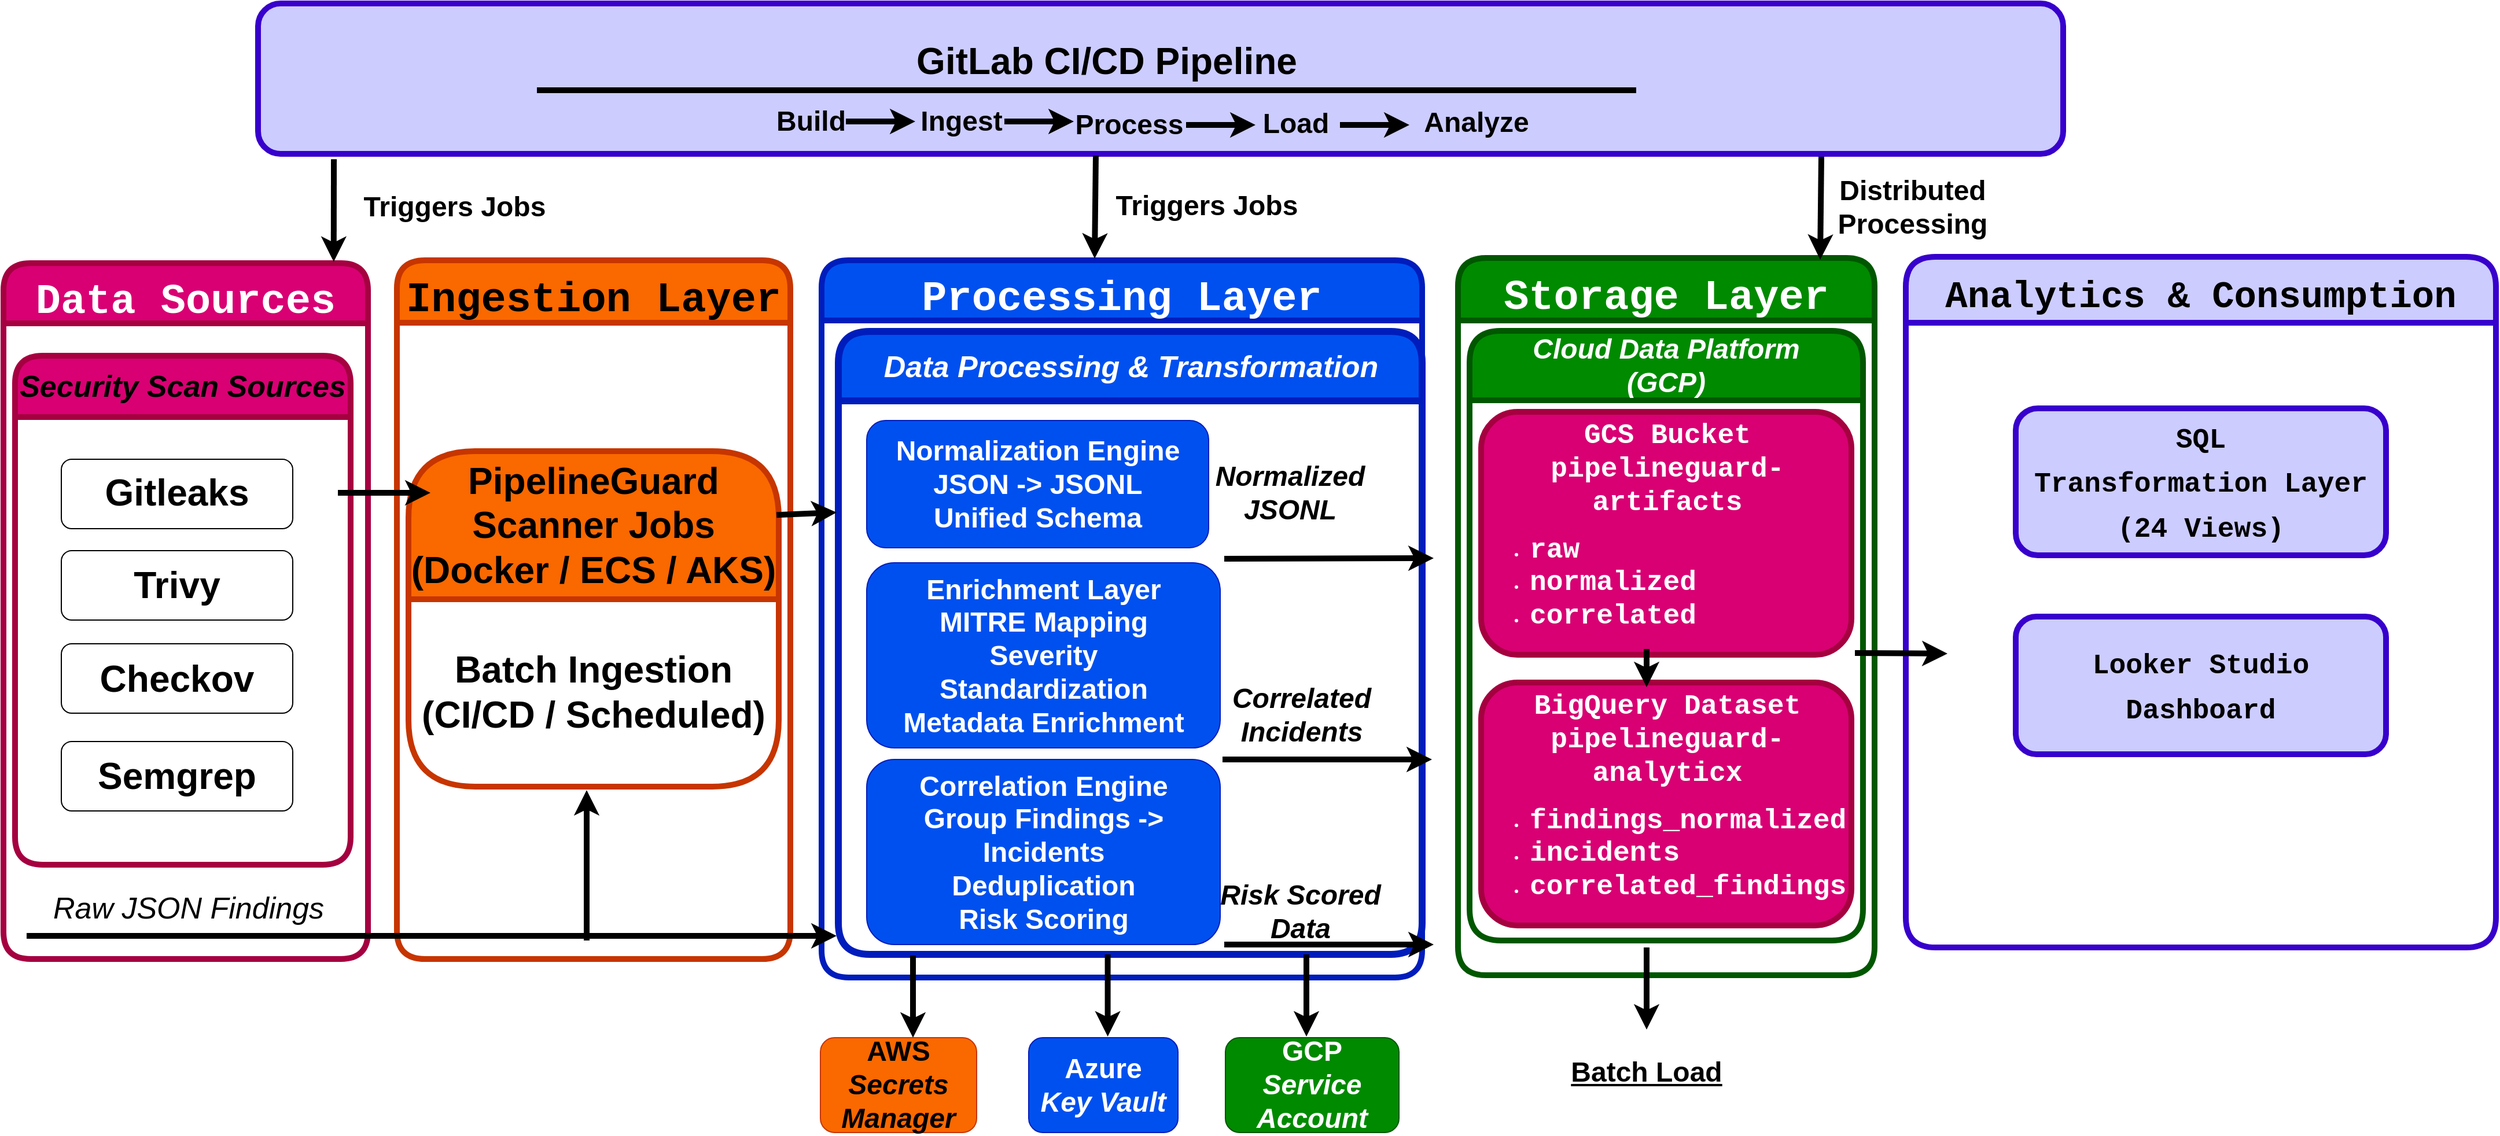
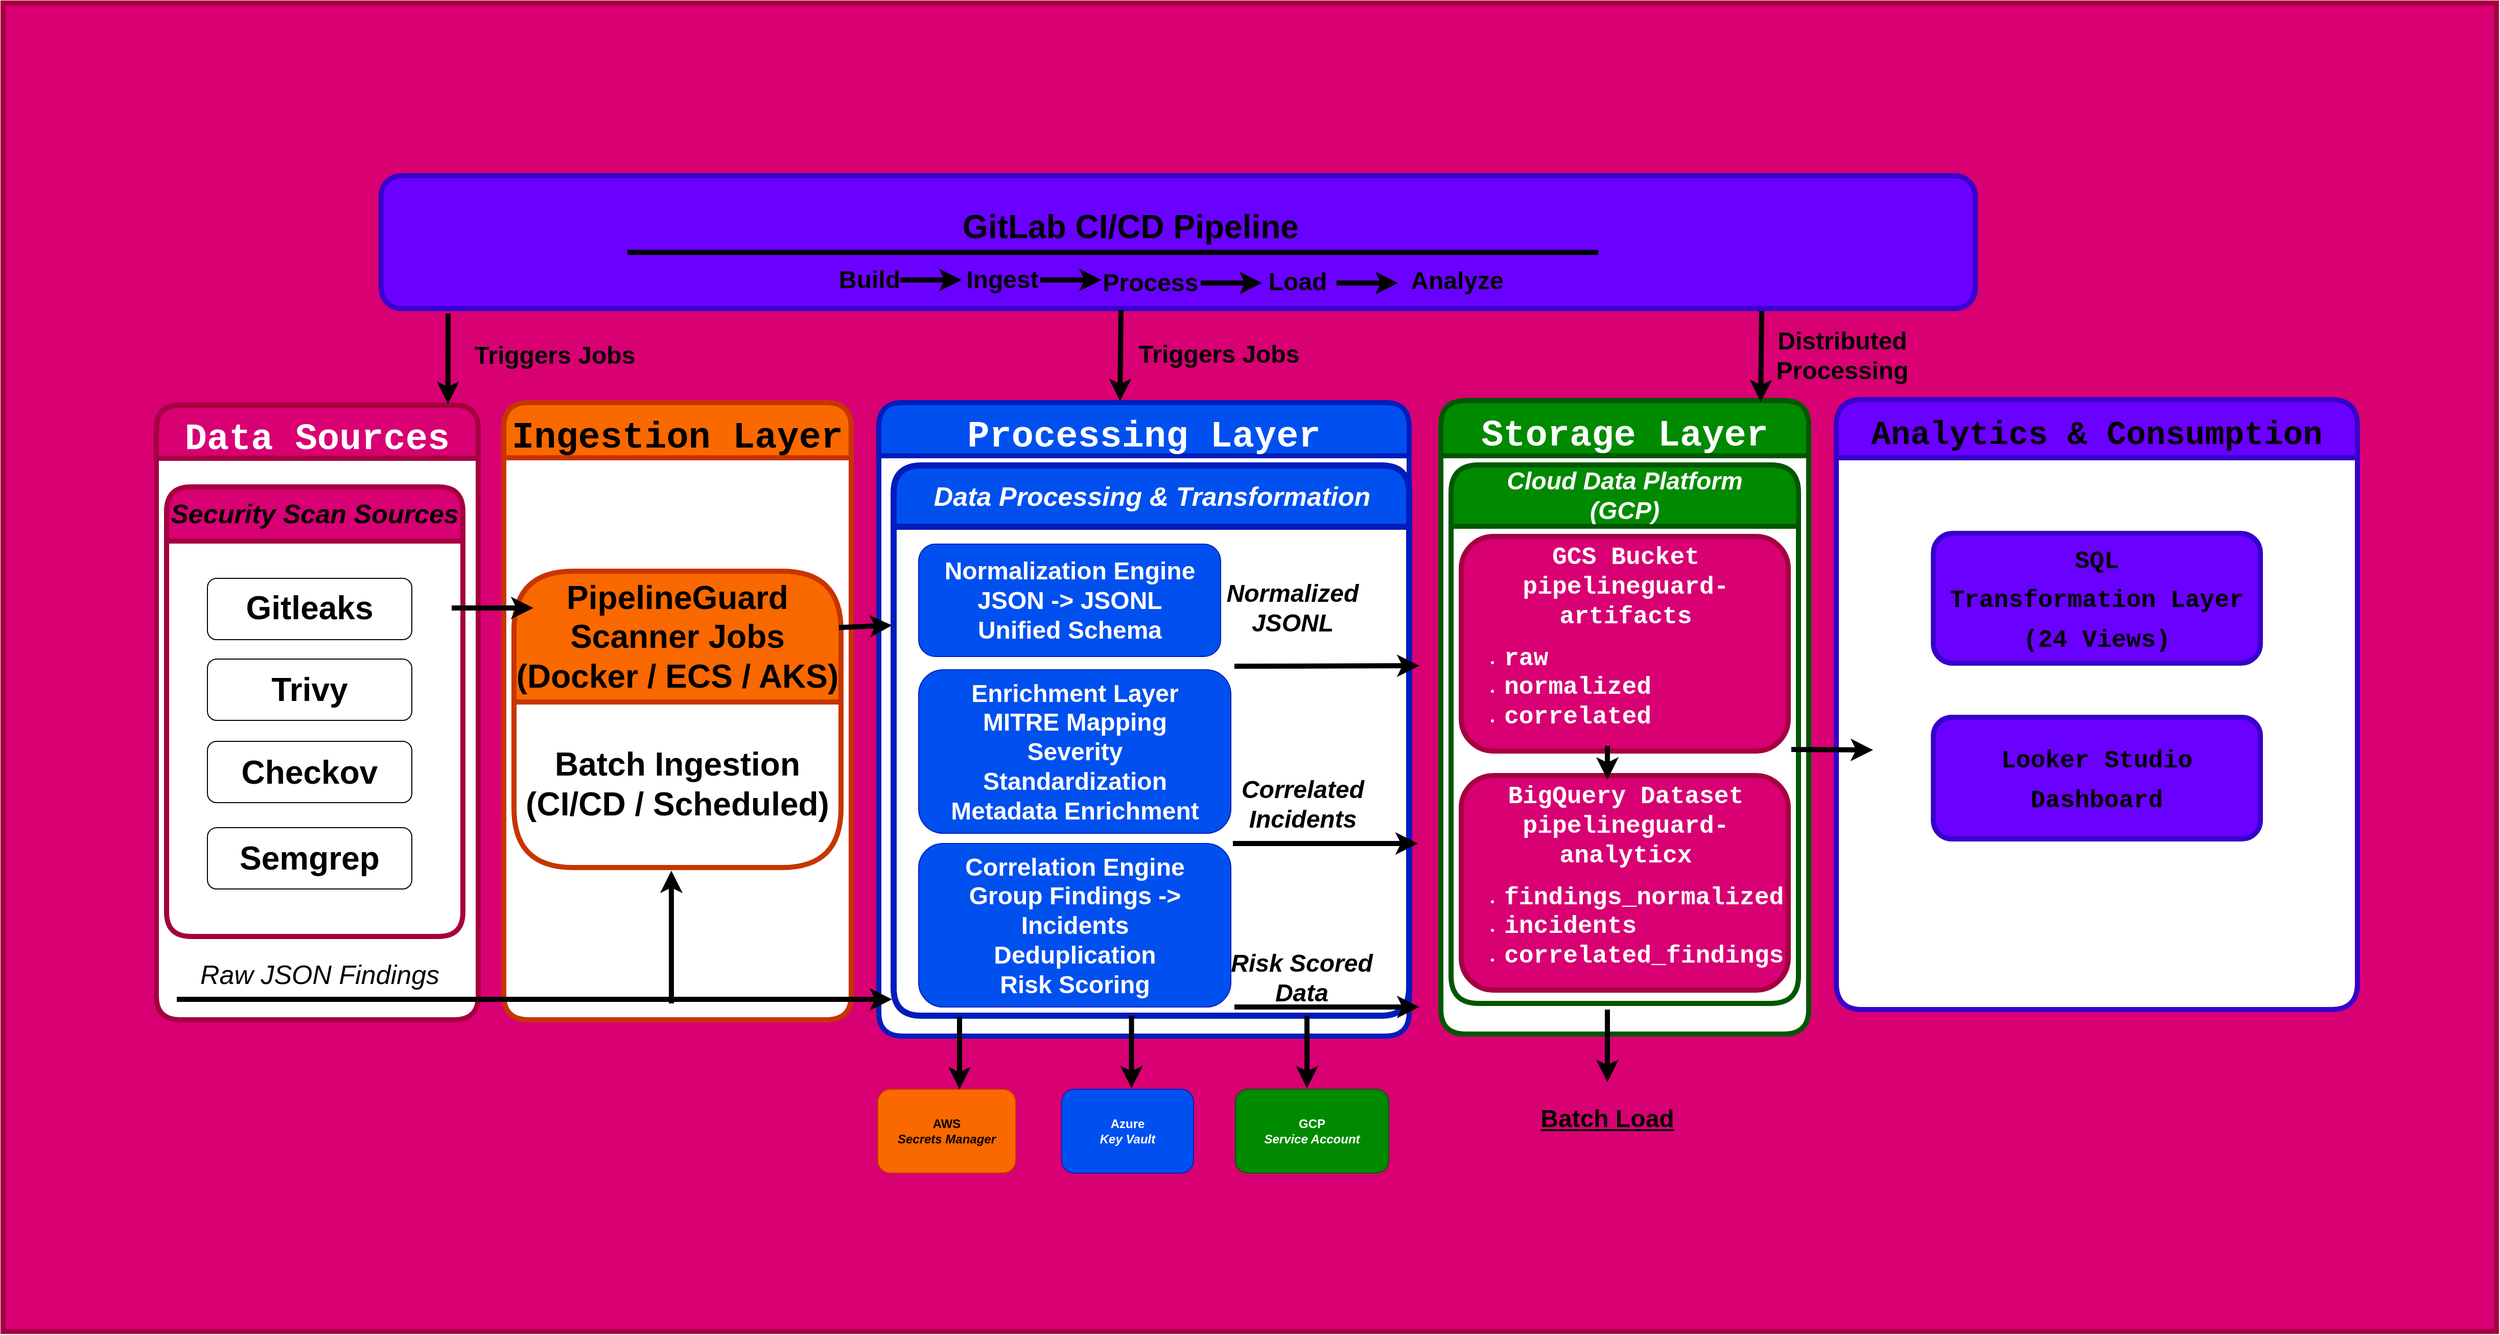
<mxfile host="app.diagrams.net">
  <diagram name="Page-1" id="wnvbU-IIBA4X3ERRIzDW">
-     <mxGraphModel dx="2712" dy="798" grid="0" gridSize="10" guides="1" tooltips="1" connect="1" arrows="1" fold="1" page="0" pageScale="1" pageWidth="1100" pageHeight="850" background="none" math="0" shadow="0">
+     <mxGraphModel dx="3803" dy="1230" grid="1" gridSize="10" guides="1" tooltips="1" connect="1" arrows="1" fold="1" page="1" pageScale="1" pageWidth="1100" pageHeight="850" math="0" shadow="0">
      <root>
        <mxCell id="3hbKWXpWb3xlno1mbGmc-0" />
        <mxCell id="3hbKWXpWb3xlno1mbGmc-1" parent="3hbKWXpWb3xlno1mbGmc-0" />
-         <mxCell id="ZwPo4dMBsSLs8uQqx6gn-26" parent="3hbKWXpWb3xlno1mbGmc-1" style="rounded=1;whiteSpace=wrap;html=1;fillColor=light-dark(#CCCCFF,#9933FF);fontColor=default;strokeColor=#3700CC;align=center;verticalAlign=middle;fontFamily=Courier New;fontSize=32;fontStyle=1;strokeWidth=5;" value="" vertex="1">
+         <mxCell id="MmhoqoZHI4b3_u_L-0jk-90" parent="3hbKWXpWb3xlno1mbGmc-1" style="rounded=0;whiteSpace=wrap;html=1;glass=0;strokeColor=light-dark(#A50040, #bf4040);strokeWidth=5;align=center;verticalAlign=middle;fontFamily=Courier New;fontSize=36;fontColor=light-dark(#FFFFFF,#FFFFFF);fontStyle=1;fillColor=light-dark(#D80073, #deddda);gradientColor=none;" value="" vertex="1">
+           <mxGeometry height="1300" width="2440" x="-400" y="1000" as="geometry" />
+         </mxCell>
+         <mxCell id="ZwPo4dMBsSLs8uQqx6gn-26" parent="3hbKWXpWb3xlno1mbGmc-1" style="rounded=1;whiteSpace=wrap;html=1;fillColor=light-dark(#6A00FF,#9933FF);fontColor=default;strokeColor=#3700CC;align=center;verticalAlign=middle;fontFamily=Courier New;fontSize=32;fontStyle=1;strokeWidth=5;" value="" vertex="1">
          <mxGeometry height="130" width="1560" x="-30" y="1169" as="geometry" />
        </mxCell>
        <mxCell id="MmhoqoZHI4b3_u_L-0jk-2" parent="3hbKWXpWb3xlno1mbGmc-1" style="swimlane;fontSize=36;startSize=52;fontFamily=Courier New;fillColor=light-dark(#D80073,#FF6666);fontColor=light-dark(#FFFFFF,#FFFFFF);strokeColor=light-dark(#A50040, #bf4040);gradientColor=none;strokeWidth=5;rounded=1;strokeOpacity=100;glass=0;swimlaneLine=1;swimlaneFillColor=light-dark(#FFFFFF,#FFDBF7);" value="Data Sources" vertex="1">
          <mxGeometry height="601.5" width="315" x="-250" y="1393.5" as="geometry" />
        </mxCell>
        <mxCell id="ZwPo4dMBsSLs8uQqx6gn-16" parent="MmhoqoZHI4b3_u_L-0jk-2" style="swimlane;whiteSpace=wrap;html=1;startSize=53;fillColor=light-dark(#D80073,#FF6666);fontColor=#ffffff;strokeColor=light-dark(#A50040, #bf4040);strokeWidth=5;rounded=1;" value="&lt;b&gt;&lt;i style=&quot;color: light-dark(rgb(0, 0, 0), rgb(255, 255, 255));&quot;&gt;&lt;font style=&quot;font-size: 26px;&quot;&gt;Security Scan Sources&lt;/font&gt;&lt;/i&gt;&lt;/b&gt;" vertex="1">
          <mxGeometry height="440" width="290" x="10" y="80" as="geometry" />
        </mxCell>
        <mxCell id="MmhoqoZHI4b3_u_L-0jk-24" parent="ZwPo4dMBsSLs8uQqx6gn-16" style="rounded=1;whiteSpace=wrap;html=1;fillColor=light-dark(#FFFFFF,#FF6666);fontStyle=1" value="&lt;div style=&quot;line-height: 60%;&quot;&gt;&lt;font style=&quot;line-height: 60%; font-size: 32px;&quot;&gt;Gitleaks&lt;/font&gt;&lt;/div&gt;" vertex="1">
          <mxGeometry height="60" width="200" x="40" y="89.5" as="geometry" />
        </mxCell>
        <mxCell id="MmhoqoZHI4b3_u_L-0jk-25" parent="ZwPo4dMBsSLs8uQqx6gn-16" style="rounded=1;whiteSpace=wrap;html=1;fontStyle=1;fillColor=light-dark(#FFFFFF,#FF6666);" value="&lt;font style=&quot;font-size: 32px;&quot;&gt;Trivy&lt;/font&gt;" vertex="1">
          <mxGeometry height="60" width="200" x="40" y="168.5" as="geometry" />
        </mxCell>
        <mxCell id="MmhoqoZHI4b3_u_L-0jk-26" parent="ZwPo4dMBsSLs8uQqx6gn-16" style="rounded=1;whiteSpace=wrap;html=1;fontStyle=1;fillColor=light-dark(#FFFFFF,#FF6666);" value="&lt;font style=&quot;font-size: 32px;&quot;&gt;Checkov&lt;/font&gt;" vertex="1">
          <mxGeometry height="60" width="200" x="40" y="249" as="geometry" />
        </mxCell>
        <mxCell id="MmhoqoZHI4b3_u_L-0jk-27" parent="ZwPo4dMBsSLs8uQqx6gn-16" style="rounded=1;whiteSpace=wrap;html=1;fillColor=light-dark(#FFFFFF,#FF6666);fontStyle=1" value="&lt;font style=&quot;font-size: 32px;&quot;&gt;Semgrep&lt;/font&gt;" vertex="1">
          <mxGeometry height="60" width="200" x="40" y="333.5" as="geometry" />
        </mxCell>
        <mxCell id="ZwPo4dMBsSLs8uQqx6gn-22" parent="MmhoqoZHI4b3_u_L-0jk-2" style="text;html=1;whiteSpace=wrap;strokeColor=none;fillColor=none;align=center;verticalAlign=middle;rounded=0;fontColor=light-dark(#000000,#000000);" value="&lt;i&gt;&lt;font style=&quot;font-size: 26px;&quot;&gt;Raw JSON Findings&lt;/font&gt;&lt;/i&gt;" vertex="1">
          <mxGeometry height="30" width="260" x="30" y="542.5" as="geometry" />
        </mxCell>
        <mxCell id="MmhoqoZHI4b3_u_L-0jk-8" parent="3hbKWXpWb3xlno1mbGmc-1" style="text;strokeColor=none;fillColor=none;html=1;fontSize=32;fontStyle=1;verticalAlign=middle;align=center;" value="GitLab CI/CD Pipeline" vertex="1">
          <mxGeometry height="40" width="30" x="688" y="1199" as="geometry" />
        </mxCell>
        <mxCell id="MmhoqoZHI4b3_u_L-0jk-9" parent="3hbKWXpWb3xlno1mbGmc-1" style="line;strokeWidth=5;html=1;" value="" vertex="1">
          <mxGeometry height="10" width="950" x="211" y="1239" as="geometry" />
        </mxCell>
        <mxCell id="MmhoqoZHI4b3_u_L-0jk-12" parent="3hbKWXpWb3xlno1mbGmc-1" style="swimlane;fontSize=36;startSize=54;fontFamily=Courier New;fillColor=#fa6800;fontColor=#000000;strokeColor=#C73500;rounded=1;strokeWidth=5;swimlaneFillColor=light-dark(#FFFFFF,#FFEECC);" value="Ingestion Layer" vertex="1">
          <mxGeometry height="604" width="340" x="90" y="1391" as="geometry" />
        </mxCell>
        <mxCell id="ZwPo4dMBsSLs8uQqx6gn-23" parent="MmhoqoZHI4b3_u_L-0jk-12" style="swimlane;whiteSpace=wrap;html=1;startSize=128;fillColor=#fa6800;fontColor=#000000;strokeColor=#C73500;rounded=1;strokeWidth=5;" value="&lt;font style=&quot;font-size: 32px;&quot;&gt;PipelineGuard Scanner Jobs&lt;br&gt;(Docker / ECS / AKS)&lt;/font&gt;" vertex="1">
          <mxGeometry height="290" width="320" x="10" y="165" as="geometry" />
        </mxCell>
        <mxCell id="ZwPo4dMBsSLs8uQqx6gn-24" parent="ZwPo4dMBsSLs8uQqx6gn-23" style="text;html=1;whiteSpace=wrap;strokeColor=none;fillColor=none;align=center;verticalAlign=middle;rounded=0;fontColor=light-dark(#000000,#000000);fontStyle=1" value="&lt;div&gt;&lt;font style=&quot;font-size: 32px;&quot;&gt;Batch Ingestion&lt;/font&gt;&lt;/div&gt;&lt;div&gt;&lt;font style=&quot;font-size: 32px;&quot;&gt;(CI/CD / Scheduled)&lt;/font&gt;&lt;/div&gt;" vertex="1">
          <mxGeometry height="126" width="300" x="10" y="145" as="geometry" />
        </mxCell>
        <mxCell id="MmhoqoZHI4b3_u_L-0jk-15" parent="3hbKWXpWb3xlno1mbGmc-1" style="swimlane;fontSize=36;startSize=52;fontFamily=Courier New;fillColor=#0050ef;fontColor=#ffffff;strokeColor=#001DBC;rounded=1;absoluteArcSize=0;noLabel=0;strokeWidth=5;swimlaneFillColor=light-dark(#FFFFFF,#D1F9FF);" value="Processing Layer" vertex="1">
          <mxGeometry height="620" width="519" x="457" y="1391" as="geometry" />
        </mxCell>
        <mxCell id="MmhoqoZHI4b3_u_L-0jk-16" parent="MmhoqoZHI4b3_u_L-0jk-15" style="swimlane;whiteSpace=wrap;html=1;startSize=60;fillColor=#0050ef;fontColor=#ffffff;strokeColor=#001DBC;rounded=1;strokeWidth=6;swimlaneFillColor=light-dark(#FFFFFF,#D1F9FF);" value="&lt;font style=&quot;font-size: 26px;&quot;&gt;&lt;i&gt;Data Processing &amp;amp; Transformation&lt;/i&gt;&lt;/font&gt;" vertex="1">
          <mxGeometry height="538.5" width="504.5" x="14.5" y="61.5" as="geometry" />
        </mxCell>
        <mxCell id="MmhoqoZHI4b3_u_L-0jk-54" parent="MmhoqoZHI4b3_u_L-0jk-16" style="rounded=1;whiteSpace=wrap;html=1;fillColor=#0050ef;fontColor=#ffffff;strokeColor=#001DBC;fontStyle=1" value="&lt;div&gt;&lt;font style=&quot;font-size: 24px;&quot;&gt;Normalization Engine&lt;/font&gt;&lt;/div&gt;&lt;div&gt;&lt;font style=&quot;font-size: 24px;&quot;&gt;JSON -&amp;gt; JSONL&lt;/font&gt;&lt;/div&gt;&lt;div&gt;&lt;font style=&quot;font-size: 24px;&quot;&gt;Unified Schema&lt;/font&gt;&lt;/div&gt;" vertex="1">
          <mxGeometry height="110" width="295.5" x="24.5" y="77" as="geometry" />
        </mxCell>
        <mxCell id="MmhoqoZHI4b3_u_L-0jk-55" parent="MmhoqoZHI4b3_u_L-0jk-16" style="rounded=1;whiteSpace=wrap;html=1;fillColor=#0050ef;fontColor=#ffffff;strokeColor=#001DBC;fontStyle=1" value="&lt;div&gt;&lt;font style=&quot;font-size: 24px;&quot;&gt;Enrichment Layer&lt;/font&gt;&lt;/div&gt;&lt;div&gt;&lt;font style=&quot;font-size: 24px;&quot;&gt;MITRE Mapping&lt;/font&gt;&lt;/div&gt;&lt;div&gt;&lt;font style=&quot;font-size: 24px;&quot;&gt;Severity&lt;/font&gt;&lt;/div&gt;&lt;div&gt;&lt;font style=&quot;font-size: 24px;&quot;&gt;Standardization&lt;/font&gt;&lt;/div&gt;&lt;div&gt;&lt;font style=&quot;font-size: 24px;&quot;&gt;Metadata Enrichment&lt;/font&gt;&lt;/div&gt;" vertex="1">
          <mxGeometry height="160" width="305.5" x="24.5" y="200" as="geometry" />
        </mxCell>
        <mxCell id="MmhoqoZHI4b3_u_L-0jk-56" parent="MmhoqoZHI4b3_u_L-0jk-16" style="rounded=1;whiteSpace=wrap;html=1;fillColor=#0050ef;fontColor=#ffffff;strokeColor=#001DBC;fontStyle=1" value="&lt;div&gt;&lt;font style=&quot;font-size: 24px;&quot;&gt;Correlation Engine&lt;/font&gt;&lt;/div&gt;&lt;div&gt;&lt;font style=&quot;font-size: 24px;&quot;&gt;Group Findings -&amp;gt; Incidents&lt;/font&gt;&lt;/div&gt;&lt;div&gt;&lt;font style=&quot;font-size: 24px;&quot;&gt;Deduplication&lt;/font&gt;&lt;/div&gt;&lt;div&gt;&lt;font style=&quot;font-size: 24px;&quot;&gt;Risk Scoring&lt;/font&gt;&lt;/div&gt;" vertex="1">
          <mxGeometry height="160" width="305.5" x="24.5" y="370" as="geometry" />
        </mxCell>
        <mxCell id="MmhoqoZHI4b3_u_L-0jk-57" parent="MmhoqoZHI4b3_u_L-0jk-16" style="text;html=1;whiteSpace=wrap;strokeColor=none;fillColor=none;align=center;verticalAlign=middle;rounded=0;fontColor=light-dark(#000000,#000000);fontStyle=1" value="&lt;font style=&quot;font-size: 24px;&quot;&gt;&lt;i&gt;&lt;font&gt;Normalized JSONL&lt;/font&gt;&lt;/i&gt;&lt;/font&gt;" vertex="1">
          <mxGeometry height="58" width="160" x="310" y="110" as="geometry" />
        </mxCell>
        <mxCell id="MmhoqoZHI4b3_u_L-0jk-58" parent="MmhoqoZHI4b3_u_L-0jk-16" style="text;html=1;whiteSpace=wrap;strokeColor=none;fillColor=none;align=center;verticalAlign=middle;rounded=0;fontColor=light-dark(#000000,#000000);fontStyle=1" value="&lt;div&gt;&lt;font style=&quot;font-size: 24px;&quot;&gt;&lt;i&gt;Correlated&lt;/i&gt;&lt;/font&gt;&lt;/div&gt;&lt;div&gt;&lt;font style=&quot;font-size: 24px;&quot;&gt;&lt;i&gt;Incidents&lt;/i&gt;&lt;/font&gt;&lt;/div&gt;" vertex="1">
          <mxGeometry height="58" width="160" x="320" y="302" as="geometry" />
        </mxCell>
        <mxCell id="MmhoqoZHI4b3_u_L-0jk-59" parent="MmhoqoZHI4b3_u_L-0jk-16" style="text;html=1;whiteSpace=wrap;strokeColor=none;fillColor=none;align=center;verticalAlign=middle;rounded=0;fontColor=light-dark(#000000,#000000);fontStyle=1" value="&lt;div&gt;&lt;i&gt;&lt;font style=&quot;font-size: 24px;&quot;&gt;Risk Scored&lt;/font&gt;&lt;/i&gt;&lt;/div&gt;&lt;div&gt;&lt;i&gt;&lt;font style=&quot;font-size: 24px;&quot;&gt;Data&lt;/font&gt;&lt;/i&gt;&lt;/div&gt;" vertex="1">
          <mxGeometry height="58" width="160" x="319.5" y="472" as="geometry" />
        </mxCell>
        <mxCell id="MmhoqoZHI4b3_u_L-0jk-61" edge="1" parent="MmhoqoZHI4b3_u_L-0jk-16" style="endArrow=classic;html=1;rounded=0;entryX=0;entryY=0.5;entryDx=0;entryDy=0;strokeWidth=5;strokeColor=light-dark(#000000,#000000);align=center;verticalAlign=middle;fontFamily=Helvetica;fontSize=11;fontColor=default;labelBackgroundColor=default;" value="">
          <mxGeometry height="50" relative="1" width="50" as="geometry">
            <mxPoint x="332" y="370" as="sourcePoint" />
            <mxPoint x="513" y="370" as="targetPoint" />
          </mxGeometry>
        </mxCell>
        <mxCell id="MmhoqoZHI4b3_u_L-0jk-62" edge="1" parent="MmhoqoZHI4b3_u_L-0jk-16" style="endArrow=classic;html=1;rounded=0;entryX=0;entryY=0.5;entryDx=0;entryDy=0;strokeWidth=5;strokeColor=light-dark(#000000,#000000);align=center;verticalAlign=middle;fontFamily=Helvetica;fontSize=11;fontColor=default;labelBackgroundColor=default;" value="">
          <mxGeometry height="50" relative="1" width="50" as="geometry">
            <mxPoint x="333.5" y="530" as="sourcePoint" />
            <mxPoint x="514.5" y="530" as="targetPoint" />
          </mxGeometry>
        </mxCell>
        <mxCell id="MmhoqoZHI4b3_u_L-0jk-69" edge="1" parent="MmhoqoZHI4b3_u_L-0jk-15" style="endArrow=classic;html=1;rounded=0;strokeColor=light-dark(#000000,#000000);strokeWidth=5;align=center;verticalAlign=middle;fontFamily=Helvetica;fontSize=11;fontColor=default;labelBackgroundColor=default;" value="">
          <mxGeometry height="50" relative="1" width="50" as="geometry">
            <mxPoint x="247.28999999999996" y="600" as="sourcePoint" />
            <mxPoint x="247.28999999999996" y="671" as="targetPoint" />
          </mxGeometry>
        </mxCell>
        <mxCell id="MmhoqoZHI4b3_u_L-0jk-18" parent="3hbKWXpWb3xlno1mbGmc-1" style="swimlane;fontSize=36;startSize=54;fontFamily=Courier New;align=center;fillColor=#008a00;strokeColor=#005700;fontColor=light-dark(#FFFFFF,#FFFFFF);rounded=1;strokeWidth=5;swimlaneFillColor=light-dark(#FFFFFF,#C9FFCC);" value="Storage Layer" vertex="1">
          <mxGeometry height="620" width="360" x="1007" y="1389" as="geometry" />
        </mxCell>
        <mxCell id="MmhoqoZHI4b3_u_L-0jk-19" parent="MmhoqoZHI4b3_u_L-0jk-18" style="swimlane;whiteSpace=wrap;html=1;startSize=60;fillColor=#008a00;fontColor=light-dark(#FFFFFF,#FFFFFF);strokeColor=#005700;rounded=1;strokeWidth=5;" value="&lt;div&gt;&lt;font style=&quot;font-size: 24px;&quot;&gt;&lt;i&gt;&lt;font&gt;Cloud Data Platform&lt;/font&gt;&lt;/i&gt;&lt;/font&gt;&lt;/div&gt;&lt;div&gt;&lt;font style=&quot;font-size: 24px;&quot;&gt;&lt;i&gt;&lt;font&gt;(GCP)&lt;/font&gt;&lt;/i&gt;&lt;/font&gt;&lt;/div&gt;" vertex="1">
          <mxGeometry height="527" width="340" x="10" y="63" as="geometry" />
        </mxCell>
        <mxCell id="MmhoqoZHI4b3_u_L-0jk-73" parent="MmhoqoZHI4b3_u_L-0jk-19" style="rounded=1;whiteSpace=wrap;html=1;glass=0;strokeColor=light-dark(#A50040,#66FF66);strokeWidth=5;align=left;verticalAlign=middle;fontFamily=Courier New;fontSize=12;fontColor=light-dark(#FFFFFF, #000000);fontStyle=1;fillColor=light-dark(#D80073,#97D077);gradientColor=none;" value="&lt;div align=&quot;center&quot;&gt;&lt;font style=&quot;font-size: 24px;&quot;&gt;GCS Bucket&lt;/font&gt;&lt;/div&gt;&lt;div align=&quot;center&quot;&gt;&lt;font style=&quot;font-size: 24px;&quot;&gt;pipelineguard-a&lt;/font&gt;&lt;font style=&quot;font-size: 24px;&quot;&gt;rtifacts&lt;/font&gt;&lt;/div&gt;&lt;div&gt;&lt;ul&gt;&lt;li&gt;&lt;font style=&quot;font-size: 24px;&quot;&gt;raw&lt;/font&gt;&lt;/li&gt;&lt;li&gt;&lt;font style=&quot;font-size: 24px;&quot;&gt;normalized&lt;/font&gt;&lt;/li&gt;&lt;li&gt;&lt;font style=&quot;font-size: 24px;&quot;&gt;correlated&lt;/font&gt;&lt;/li&gt;&lt;/ul&gt;&lt;/div&gt;" vertex="1">
          <mxGeometry height="210" width="320" x="10" y="70" as="geometry" />
        </mxCell>
        <mxCell id="MmhoqoZHI4b3_u_L-0jk-74" parent="MmhoqoZHI4b3_u_L-0jk-19" style="rounded=1;whiteSpace=wrap;html=1;glass=0;strokeColor=light-dark(#A50040,#66FF66);strokeWidth=5;align=left;verticalAlign=middle;fontFamily=Courier New;fontSize=12;fontColor=light-dark(#FFFFFF, #000000);fontStyle=1;fillColor=light-dark(#D80073,#97D077);gradientColor=none;" value="&lt;div align=&quot;center&quot;&gt;&lt;font style=&quot;font-size: 24px;&quot;&gt;BigQuery Dataset&lt;/font&gt;&lt;/div&gt;&lt;div align=&quot;center&quot;&gt;&lt;font style=&quot;font-size: 24px;&quot;&gt;pipelineguard-analyticx&lt;/font&gt;&lt;/div&gt;&lt;div&gt;&lt;ul&gt;&lt;li&gt;&lt;font style=&quot;font-size: 24px;&quot;&gt;findings_normalized&lt;/font&gt;&lt;/li&gt;&lt;li&gt;&lt;font style=&quot;font-size: 24px;&quot;&gt;incidents&lt;/font&gt;&lt;/li&gt;&lt;li&gt;&lt;font style=&quot;font-size: 24px;&quot;&gt;correlated_findings&lt;/font&gt;&lt;/li&gt;&lt;/ul&gt;&lt;/div&gt;" vertex="1">
          <mxGeometry height="210" width="320" x="10" y="304" as="geometry" />
        </mxCell>
        <mxCell id="dgWkQe_JnihtNfNwHRCE-1" edge="1" parent="MmhoqoZHI4b3_u_L-0jk-19" style="endArrow=classic;html=1;rounded=0;strokeColor=light-dark(#000000,#000000);strokeWidth=5;align=center;verticalAlign=middle;fontFamily=Helvetica;fontSize=11;fontColor=default;labelBackgroundColor=default;" value="">
          <mxGeometry height="50" relative="1" width="50" as="geometry">
            <mxPoint x="153" y="275" as="sourcePoint" />
            <mxPoint x="153" y="308" as="targetPoint" />
          </mxGeometry>
        </mxCell>
-         <mxCell id="MmhoqoZHI4b3_u_L-0jk-21" parent="3hbKWXpWb3xlno1mbGmc-1" style="swimlane;fontSize=32;startSize=57;fontFamily=Courier New;fillColor=light-dark(#CCCCFF,#9933FF);fontColor=default;strokeColor=light-dark(#3700CC,#9933FF);rounded=1;strokeWidth=5;swimlaneFillColor=light-dark(#FFFFFF,#E5CCFF);" value="Analytics &amp; Consumption" vertex="1">
+         <mxCell id="MmhoqoZHI4b3_u_L-0jk-21" parent="3hbKWXpWb3xlno1mbGmc-1" style="swimlane;fontSize=32;startSize=57;fontFamily=Courier New;fillColor=light-dark(#6A00FF,#9933FF);fontColor=default;strokeColor=light-dark(#3700CC,#9933FF);rounded=1;strokeWidth=5;swimlaneFillColor=light-dark(#FFFFFF,#E5CCFF);" value="Analytics &amp; Consumption" vertex="1">
          <mxGeometry height="597" width="510" x="1394" y="1388" as="geometry" />
        </mxCell>
-         <mxCell id="MmhoqoZHI4b3_u_L-0jk-76" parent="MmhoqoZHI4b3_u_L-0jk-21" style="rounded=1;whiteSpace=wrap;html=1;glass=0;strokeColor=#3700CC;strokeWidth=5;align=center;verticalAlign=middle;fontFamily=Courier New;fontSize=32;fontColor=default;fontStyle=1;fillColor=light-dark(#CCCCFF,#9933FF);swimlaneFillColor=light-dark(#000000,#E5CCFF);" value="&lt;div align=&quot;center&quot;&gt;&lt;font style=&quot;font-size: 24px;&quot;&gt;SQL&lt;/font&gt;&lt;/div&gt;&lt;div align=&quot;center&quot;&gt;&lt;font style=&quot;font-size: 24px;&quot;&gt;Transformation Layer (24 Views)&lt;/font&gt;&lt;/div&gt;" vertex="1">
+         <mxCell id="MmhoqoZHI4b3_u_L-0jk-76" parent="MmhoqoZHI4b3_u_L-0jk-21" style="rounded=1;whiteSpace=wrap;html=1;glass=0;strokeColor=#3700CC;strokeWidth=5;align=center;verticalAlign=middle;fontFamily=Courier New;fontSize=32;fontColor=default;fontStyle=1;fillColor=light-dark(#6A00FF,#9933FF);swimlaneFillColor=light-dark(#000000,#E5CCFF);" value="&lt;div align=&quot;center&quot;&gt;&lt;font style=&quot;font-size: 24px;&quot;&gt;SQL&lt;/font&gt;&lt;/div&gt;&lt;div align=&quot;center&quot;&gt;&lt;font style=&quot;font-size: 24px;&quot;&gt;Transformation Layer (24 Views)&lt;/font&gt;&lt;/div&gt;" vertex="1">
          <mxGeometry height="127" width="320" x="95" y="131" as="geometry" />
        </mxCell>
-         <mxCell id="MmhoqoZHI4b3_u_L-0jk-77" parent="MmhoqoZHI4b3_u_L-0jk-21" style="rounded=1;whiteSpace=wrap;html=1;glass=0;strokeColor=#3700CC;strokeWidth=5;align=center;verticalAlign=middle;fontFamily=Courier New;fontSize=32;fontColor=default;fontStyle=1;fillColor=light-dark(#CCCCFF,#9933FF);swimlaneFillColor=light-dark(#000000,#E5CCFF);" value="&lt;div align=&quot;center&quot;&gt;&lt;font style=&quot;font-size: 24px;&quot;&gt;Looker Studio&lt;/font&gt;&lt;/div&gt;&lt;div align=&quot;center&quot;&gt;&lt;font style=&quot;font-size: 24px;&quot;&gt;Dashboard&lt;/font&gt;&lt;/div&gt;" vertex="1">
+         <mxCell id="MmhoqoZHI4b3_u_L-0jk-77" parent="MmhoqoZHI4b3_u_L-0jk-21" style="rounded=1;whiteSpace=wrap;html=1;glass=0;strokeColor=#3700CC;strokeWidth=5;align=center;verticalAlign=middle;fontFamily=Courier New;fontSize=32;fontColor=default;fontStyle=1;fillColor=light-dark(#6A00FF,#9933FF);swimlaneFillColor=light-dark(#000000,#E5CCFF);" value="&lt;div align=&quot;center&quot;&gt;&lt;font style=&quot;font-size: 24px;&quot;&gt;Looker Studio&lt;/font&gt;&lt;/div&gt;&lt;div align=&quot;center&quot;&gt;&lt;font style=&quot;font-size: 24px;&quot;&gt;Dashboard&lt;/font&gt;&lt;/div&gt;" vertex="1">
          <mxGeometry height="119" width="320" x="95" y="311" as="geometry" />
        </mxCell>
        <mxCell id="dgWkQe_JnihtNfNwHRCE-2" edge="1" parent="MmhoqoZHI4b3_u_L-0jk-21" style="endArrow=classic;html=1;rounded=0;strokeWidth=5;strokeColor=light-dark(#000000,#000000);align=center;verticalAlign=middle;fontFamily=Helvetica;fontSize=11;fontColor=default;labelBackgroundColor=default;" value="">
          <mxGeometry height="50" relative="1" width="50" as="geometry">
            <mxPoint x="-44" y="342.4999999999998" as="sourcePoint" />
            <mxPoint x="36" y="343" as="targetPoint" />
          </mxGeometry>
        </mxCell>
        <mxCell id="MmhoqoZHI4b3_u_L-0jk-29" edge="1" parent="3hbKWXpWb3xlno1mbGmc-1" style="endArrow=classic;html=1;rounded=0;strokeWidth=5;strokeColor=light-dark(#000000,#000000);" value="">
          <mxGeometry height="50" relative="1" width="50" as="geometry">
            <mxPoint x="-230" y="1975" as="sourcePoint" />
            <mxPoint x="470" y="1975" as="targetPoint" />
          </mxGeometry>
        </mxCell>
        <mxCell id="MmhoqoZHI4b3_u_L-0jk-31" edge="1" parent="3hbKWXpWb3xlno1mbGmc-1" style="endArrow=classic;html=1;rounded=0;strokeColor=light-dark(#000000,#000000);strokeWidth=5;align=center;verticalAlign=middle;fontFamily=Helvetica;fontSize=11;fontColor=default;labelBackgroundColor=default;" value="">
          <mxGeometry height="50" relative="1" width="50" as="geometry">
            <mxPoint x="39" y="1592" as="sourcePoint" />
            <mxPoint x="119" y="1592" as="targetPoint" />
          </mxGeometry>
        </mxCell>
        <mxCell id="MmhoqoZHI4b3_u_L-0jk-41" edge="1" parent="3hbKWXpWb3xlno1mbGmc-1" source="MmhoqoZHI4b3_u_L-0jk-32" style="edgeStyle=orthogonalEdgeStyle;rounded=0;orthogonalLoop=1;jettySize=auto;html=1;strokeWidth=5;" value="">
          <mxGeometry relative="1" as="geometry">
            <mxPoint x="538" y="1271" as="targetPoint" />
          </mxGeometry>
        </mxCell>
        <mxCell id="MmhoqoZHI4b3_u_L-0jk-32" parent="3hbKWXpWb3xlno1mbGmc-1" style="text;html=1;whiteSpace=wrap;strokeColor=none;fillColor=none;align=center;verticalAlign=middle;rounded=0;fontStyle=1;fontSize=24;" value="&lt;font&gt;Build&lt;/font&gt;" vertex="1">
          <mxGeometry height="30" width="60" x="418" y="1256" as="geometry" />
        </mxCell>
        <mxCell id="MmhoqoZHI4b3_u_L-0jk-33" parent="3hbKWXpWb3xlno1mbGmc-1" style="text;html=1;whiteSpace=wrap;strokeColor=none;fillColor=none;align=center;verticalAlign=middle;rounded=0;fontFamily=Helvetica;fontSize=24;fontColor=default;fontStyle=1;" value="&lt;font style=&quot;font-size: 24px;&quot;&gt;Ingest&lt;/font&gt;" vertex="1">
          <mxGeometry height="30" width="60" x="548" y="1256" as="geometry" />
        </mxCell>
        <mxCell id="MmhoqoZHI4b3_u_L-0jk-34" parent="3hbKWXpWb3xlno1mbGmc-1" style="text;html=1;whiteSpace=wrap;strokeColor=none;fillColor=none;align=center;verticalAlign=middle;rounded=0;fontFamily=Helvetica;fontSize=24;fontColor=default;fontStyle=1;" value="&lt;font style=&quot;font-size: 24px;&quot;&gt;Process&lt;/font&gt;" vertex="1">
          <mxGeometry height="30" width="60" x="693" y="1259" as="geometry" />
        </mxCell>
        <mxCell id="MmhoqoZHI4b3_u_L-0jk-35" parent="3hbKWXpWb3xlno1mbGmc-1" style="text;html=1;whiteSpace=wrap;strokeColor=none;fillColor=none;align=center;verticalAlign=middle;rounded=0;fontFamily=Helvetica;fontSize=24;fontColor=default;fontStyle=1;" value="&lt;font style=&quot;font-size: 24px;&quot;&gt;Load&lt;/font&gt;" vertex="1">
          <mxGeometry height="30" width="60" x="837" y="1258" as="geometry" />
        </mxCell>
        <mxCell id="MmhoqoZHI4b3_u_L-0jk-36" parent="3hbKWXpWb3xlno1mbGmc-1" style="text;html=1;whiteSpace=wrap;strokeColor=none;fillColor=none;align=center;verticalAlign=middle;rounded=0;fontFamily=Helvetica;fontSize=24;fontColor=default;fontStyle=1;" value="&lt;font style=&quot;font-size: 24px;&quot;&gt;Analyze&lt;/font&gt;" vertex="1">
          <mxGeometry height="30" width="60" x="993" y="1257" as="geometry" />
        </mxCell>
        <mxCell id="MmhoqoZHI4b3_u_L-0jk-44" edge="1" parent="3hbKWXpWb3xlno1mbGmc-1" source="ZwPo4dMBsSLs8uQqx6gn-26" style="endArrow=classic;html=1;rounded=0;entryX=0.906;entryY=-0.002;entryDx=0;entryDy=0;entryPerimeter=0;exitX=0.042;exitY=1.036;exitDx=0;exitDy=0;exitPerimeter=0;strokeWidth=5;strokeColor=light-dark(#000000,#000000);align=center;verticalAlign=middle;fontFamily=Helvetica;fontSize=11;fontColor=default;labelBackgroundColor=default;" target="MmhoqoZHI4b3_u_L-0jk-2" value="">
          <mxGeometry height="50" relative="1" width="50" as="geometry">
            <mxPoint x="-300" y="1269" as="sourcePoint" />
            <mxPoint x="500" y="1759" as="targetPoint" />
          </mxGeometry>
        </mxCell>
        <mxCell id="MmhoqoZHI4b3_u_L-0jk-46" parent="3hbKWXpWb3xlno1mbGmc-1" style="text;html=1;whiteSpace=wrap;strokeColor=none;fillColor=none;align=center;verticalAlign=middle;rounded=0;fontSize=24;fontStyle=1;fontColor=light-dark(#000000,#000000);" value="&lt;font&gt;Triggers Jobs&lt;/font&gt;" vertex="1">
          <mxGeometry height="30" width="160" x="60" y="1330" as="geometry" />
        </mxCell>
        <mxCell id="MmhoqoZHI4b3_u_L-0jk-50" edge="1" parent="3hbKWXpWb3xlno1mbGmc-1" style="edgeStyle=orthogonalEdgeStyle;rounded=0;orthogonalLoop=1;jettySize=auto;html=1;strokeColor=default;strokeWidth=5;align=center;verticalAlign=middle;fontFamily=Helvetica;fontSize=11;fontColor=default;labelBackgroundColor=default;endArrow=classic;" value="">
          <mxGeometry relative="1" as="geometry">
            <mxPoint x="615" y="1271" as="sourcePoint" />
            <mxPoint x="675" y="1271" as="targetPoint" />
          </mxGeometry>
        </mxCell>
        <mxCell id="MmhoqoZHI4b3_u_L-0jk-51" edge="1" parent="3hbKWXpWb3xlno1mbGmc-1" style="edgeStyle=orthogonalEdgeStyle;rounded=0;orthogonalLoop=1;jettySize=auto;html=1;strokeColor=default;strokeWidth=5;align=center;verticalAlign=middle;fontFamily=Helvetica;fontSize=11;fontColor=default;labelBackgroundColor=default;endArrow=classic;" value="">
          <mxGeometry relative="1" as="geometry">
            <mxPoint x="772" y="1274" as="sourcePoint" />
            <mxPoint x="832" y="1274" as="targetPoint" />
          </mxGeometry>
        </mxCell>
        <mxCell id="MmhoqoZHI4b3_u_L-0jk-52" edge="1" parent="3hbKWXpWb3xlno1mbGmc-1" style="edgeStyle=orthogonalEdgeStyle;rounded=0;orthogonalLoop=1;jettySize=auto;html=1;strokeColor=default;strokeWidth=5;align=center;verticalAlign=middle;fontFamily=Helvetica;fontSize=11;fontColor=default;labelBackgroundColor=default;endArrow=classic;" value="">
          <mxGeometry relative="1" as="geometry">
            <mxPoint x="905" y="1274" as="sourcePoint" />
            <mxPoint x="965" y="1274" as="targetPoint" />
          </mxGeometry>
        </mxCell>
        <mxCell id="MmhoqoZHI4b3_u_L-0jk-60" edge="1" parent="3hbKWXpWb3xlno1mbGmc-1" style="endArrow=classic;html=1;rounded=0;entryX=0;entryY=0.5;entryDx=0;entryDy=0;strokeWidth=5;strokeColor=light-dark(#000000,#000000);align=center;verticalAlign=middle;fontFamily=Helvetica;fontSize=11;fontColor=default;labelBackgroundColor=default;" value="">
          <mxGeometry height="50" relative="1" width="50" as="geometry">
            <mxPoint x="805" y="1649" as="sourcePoint" />
            <mxPoint x="986.0000000000005" y="1648.5000000000002" as="targetPoint" />
          </mxGeometry>
        </mxCell>
        <mxCell id="MmhoqoZHI4b3_u_L-0jk-65" edge="1" parent="3hbKWXpWb3xlno1mbGmc-1" style="endArrow=classic;html=1;rounded=0;strokeColor=light-dark(#000000,#000000);strokeWidth=5;align=center;verticalAlign=middle;fontFamily=Helvetica;fontSize=11;fontColor=default;labelBackgroundColor=default;" value="">
          <mxGeometry height="50" relative="1" width="50" as="geometry">
            <mxPoint x="876" y="1991" as="sourcePoint" />
            <mxPoint x="876" y="2062" as="targetPoint" />
          </mxGeometry>
        </mxCell>
-         <mxCell id="MmhoqoZHI4b3_u_L-0jk-66" parent="3hbKWXpWb3xlno1mbGmc-1" style="rounded=1;whiteSpace=wrap;html=1;fillColor=#fa6800;fontColor=#000000;strokeColor=#C73500;fontStyle=1;fontSize=24;" value="&lt;div&gt;AWS&lt;/div&gt;&lt;div&gt;&lt;i&gt;Secrets Manager&lt;/i&gt;&lt;/div&gt;" vertex="1">
+         <mxCell id="MmhoqoZHI4b3_u_L-0jk-66" parent="3hbKWXpWb3xlno1mbGmc-1" style="rounded=1;whiteSpace=wrap;html=1;fillColor=#fa6800;fontColor=#000000;strokeColor=#C73500;fontStyle=1" value="&lt;div&gt;AWS&lt;/div&gt;&lt;div&gt;&lt;i&gt;Secrets Manager&lt;/i&gt;&lt;/div&gt;" vertex="1">
          <mxGeometry height="82" width="135" x="456" y="2063" as="geometry" />
        </mxCell>
-         <mxCell id="MmhoqoZHI4b3_u_L-0jk-67" parent="3hbKWXpWb3xlno1mbGmc-1" style="rounded=1;whiteSpace=wrap;html=1;fillColor=#0050ef;fontColor=#ffffff;strokeColor=#001DBC;fontStyle=1;fontSize=24;" value="&lt;div&gt;Azure&lt;/div&gt;&lt;div&gt;&lt;i&gt;Key Vault&lt;/i&gt;&lt;/div&gt;" vertex="1">
+         <mxCell id="MmhoqoZHI4b3_u_L-0jk-67" parent="3hbKWXpWb3xlno1mbGmc-1" style="rounded=1;whiteSpace=wrap;html=1;fillColor=#0050ef;fontColor=#ffffff;strokeColor=#001DBC;fontStyle=1" value="&lt;div&gt;Azure&lt;/div&gt;&lt;div&gt;&lt;i&gt;Key Vault&lt;/i&gt;&lt;/div&gt;" vertex="1">
          <mxGeometry height="82" width="129" x="636" y="2063" as="geometry" />
        </mxCell>
-         <mxCell id="MmhoqoZHI4b3_u_L-0jk-68" parent="3hbKWXpWb3xlno1mbGmc-1" style="rounded=1;whiteSpace=wrap;html=1;fillColor=#008a00;fontColor=#ffffff;strokeColor=#005700;fontStyle=1;fontSize=24;" value="&lt;div&gt;GCP&lt;/div&gt;&lt;div&gt;&lt;i&gt;Service Account&lt;/i&gt;&lt;/div&gt;" vertex="1">
+         <mxCell id="MmhoqoZHI4b3_u_L-0jk-68" parent="3hbKWXpWb3xlno1mbGmc-1" style="rounded=1;whiteSpace=wrap;html=1;fillColor=#008a00;fontColor=#ffffff;strokeColor=#005700;fontStyle=1" value="&lt;div&gt;GCP&lt;/div&gt;&lt;div&gt;&lt;i&gt;Service Account&lt;/i&gt;&lt;/div&gt;" vertex="1">
          <mxGeometry height="82" width="150" x="806" y="2063" as="geometry" />
        </mxCell>
        <mxCell id="MmhoqoZHI4b3_u_L-0jk-70" edge="1" parent="3hbKWXpWb3xlno1mbGmc-1" style="endArrow=classic;html=1;rounded=0;strokeColor=light-dark(#000000,#000000);strokeWidth=5;align=center;verticalAlign=middle;fontFamily=Helvetica;fontSize=11;fontColor=default;labelBackgroundColor=default;" value="">
          <mxGeometry height="50" relative="1" width="50" as="geometry">
            <mxPoint x="536" y="1992" as="sourcePoint" />
            <mxPoint x="536" y="2063" as="targetPoint" />
          </mxGeometry>
        </mxCell>
        <mxCell id="MmhoqoZHI4b3_u_L-0jk-80" edge="1" parent="3hbKWXpWb3xlno1mbGmc-1" style="endArrow=classic;html=1;rounded=0;entryX=0.906;entryY=-0.002;entryDx=0;entryDy=0;entryPerimeter=0;exitX=0.042;exitY=1.036;exitDx=0;exitDy=0;exitPerimeter=0;strokeWidth=5;strokeColor=light-dark(#000000,#000000);align=center;verticalAlign=middle;fontFamily=Helvetica;fontSize=11;fontColor=default;labelBackgroundColor=default;" value="">
          <mxGeometry height="50" relative="1" width="50" as="geometry">
            <mxPoint x="694" y="1300.5" as="sourcePoint" />
            <mxPoint x="693" y="1389.5" as="targetPoint" />
          </mxGeometry>
        </mxCell>
        <mxCell id="MmhoqoZHI4b3_u_L-0jk-82" parent="3hbKWXpWb3xlno1mbGmc-1" style="text;html=1;whiteSpace=wrap;strokeColor=none;fillColor=none;align=center;verticalAlign=middle;rounded=0;fontSize=24;fontStyle=1;fontColor=light-dark(#000000,#000000);" value="&lt;div&gt;Distributed&lt;/div&gt;&lt;div&gt;Processing&lt;/div&gt;" vertex="1">
          <mxGeometry height="30" width="160" x="1320" y="1330" as="geometry" />
        </mxCell>
        <mxCell id="MmhoqoZHI4b3_u_L-0jk-83" parent="3hbKWXpWb3xlno1mbGmc-1" style="text;html=1;whiteSpace=wrap;strokeColor=none;fillColor=none;align=center;verticalAlign=middle;rounded=0;fontSize=24;fontStyle=1;fontColor=light-dark(#000000,#000000);" value="&lt;font&gt;Triggers Jobs&lt;/font&gt;" vertex="1">
          <mxGeometry height="30" width="160" x="710" y="1329" as="geometry" />
        </mxCell>
        <mxCell id="MmhoqoZHI4b3_u_L-0jk-88" edge="1" parent="3hbKWXpWb3xlno1mbGmc-1" style="endArrow=classic;html=1;rounded=0;fontFamily=Helvetica;fontSize=11;fontColor=default;fontStyle=1;strokeWidth=5;strokeColor=light-dark(#000000,#000000);align=center;verticalAlign=middle;labelBackgroundColor=default;" value="">
          <mxGeometry height="50" relative="1" width="50" as="geometry">
            <mxPoint x="254" y="1979" as="sourcePoint" />
            <mxPoint x="254" y="1849" as="targetPoint" />
          </mxGeometry>
        </mxCell>
        <mxCell id="MmhoqoZHI4b3_u_L-0jk-89" edge="1" parent="3hbKWXpWb3xlno1mbGmc-1" source="ZwPo4dMBsSLs8uQqx6gn-23" style="endArrow=classic;html=1;rounded=0;strokeColor=light-dark(#000000,#000000);strokeWidth=5;align=center;verticalAlign=middle;fontFamily=Helvetica;fontSize=11;fontColor=default;labelBackgroundColor=default;startSize=0;exitX=0.994;exitY=0.19;exitDx=0;exitDy=0;exitPerimeter=0;" value="">
          <mxGeometry height="50" relative="1" width="50" as="geometry">
            <mxPoint x="420" y="1589" as="sourcePoint" />
            <mxPoint x="470" y="1609" as="targetPoint" />
          </mxGeometry>
        </mxCell>
        <mxCell id="MmhoqoZHI4b3_u_L-0jk-92" edge="1" parent="3hbKWXpWb3xlno1mbGmc-1" style="endArrow=classic;html=1;rounded=0;entryX=0.906;entryY=-0.002;entryDx=0;entryDy=0;entryPerimeter=0;exitX=0.042;exitY=1.036;exitDx=0;exitDy=0;exitPerimeter=0;strokeWidth=5;strokeColor=light-dark(#000000,#000000);align=center;verticalAlign=middle;fontFamily=Helvetica;fontSize=11;fontColor=default;labelBackgroundColor=default;" value="">
          <mxGeometry height="50" relative="1" width="50" as="geometry">
            <mxPoint x="1321" y="1301.5" as="sourcePoint" />
            <mxPoint x="1320" y="1390.5" as="targetPoint" />
          </mxGeometry>
        </mxCell>
        <mxCell id="dgWkQe_JnihtNfNwHRCE-0" edge="1" parent="3hbKWXpWb3xlno1mbGmc-1" style="endArrow=classic;html=1;rounded=0;strokeColor=light-dark(#000000,#000000);strokeWidth=5;align=center;verticalAlign=middle;fontFamily=Helvetica;fontSize=11;fontColor=default;labelBackgroundColor=default;" value="">
          <mxGeometry height="50" relative="1" width="50" as="geometry">
            <mxPoint x="1170" y="1985" as="sourcePoint" />
            <mxPoint x="1170" y="2056" as="targetPoint" />
          </mxGeometry>
        </mxCell>
        <mxCell id="dgWkQe_JnihtNfNwHRCE-6" parent="3hbKWXpWb3xlno1mbGmc-1" style="text;html=1;whiteSpace=wrap;strokeColor=none;fillColor=none;align=center;verticalAlign=middle;rounded=0;fontSize=24;fontStyle=5;fontColor=light-dark(#000000,#000000);" value="&lt;span&gt;Batch Load&lt;/span&gt;" vertex="1">
-           <mxGeometry height="59" width="160" x="1090" y="2063" as="geometry" />
+           <mxGeometry height="57" width="160" x="1090" y="2063" as="geometry" />
        </mxCell>
      </root>
    </mxGraphModel>
  </diagram>
</mxfile>
